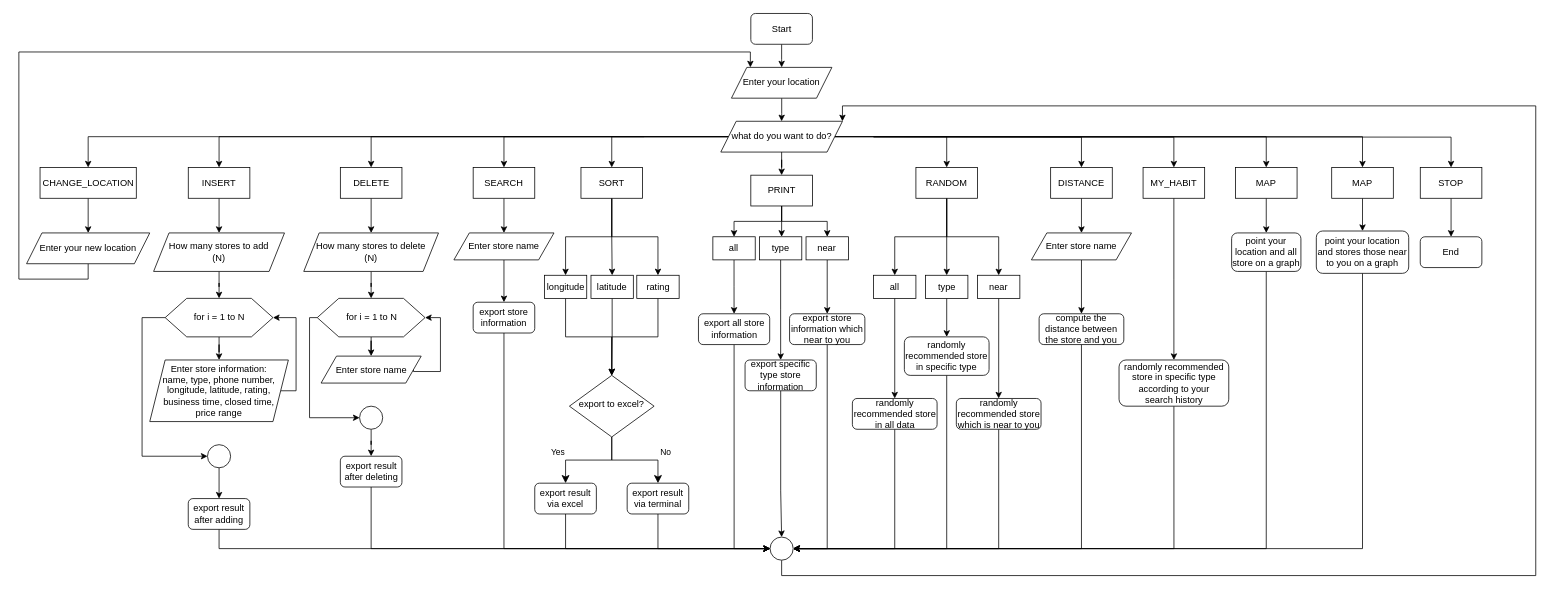
Earlier version of the draw.io diagram Untitled Diagram.drawio (TzuyenHuang/final_project-Structure_chart). Source tidied: cells renumbered, new cells numbered last; positions are measured from the earlier drawing's top-left corner, leaving out a move shared by most shapes. Both pictures are drawn from the tidied source at 77%, with x=0, y=0 at pixel (18, 13).
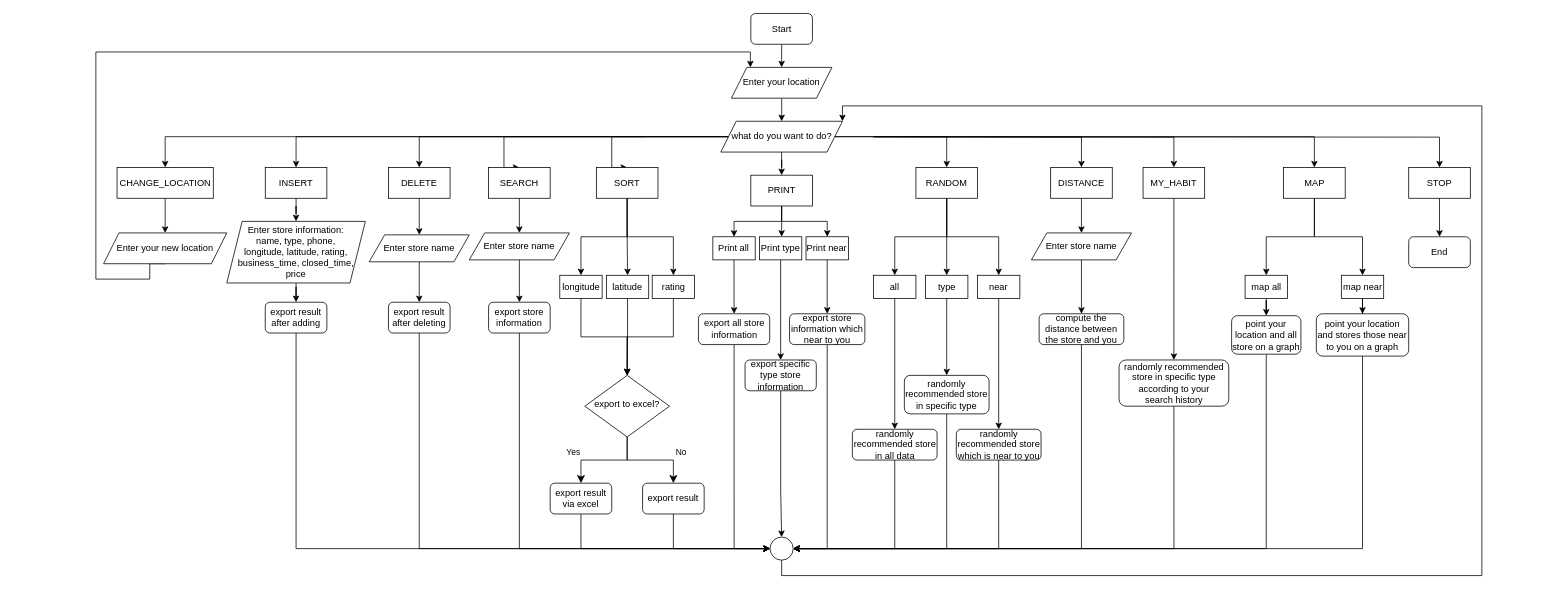
The same diagram, later.

Unchanged cells that the change refers to:
```xml
<mxCell id="16" value="what do you want to do?" style="shape=parallelogram;perimeter=parallelogramPerimeter;whiteSpace=wrap;html=1;fixedSize=1;rounded=0;" parent="1" vertex="1">
  <mxGeometry x="911.6" y="140" width="158" height="40" as="geometry" />
</mxCell>
<mxCell id="114" style="verticalLabelPosition=bottom;verticalAlign=top;html=1;shape=mxgraph.flowchart.on-page_reference;rounded=0;" parent="1" vertex="1">
  <mxGeometry x="975.6" y="680" width="30" height="30" as="geometry" />
</mxCell>
```

The edit, as a diff of the source:
```diff
@@
-    <mxCell id="14" style="edgeStyle=orthogonalEdgeStyle;rounded=0;jettySize=auto;html=1;entryX=0.5;entryY=0;entryDx=0;entryDy=0;" parent="1" edge="1" source="16" target="120">
-      <mxGeometry relative="1" as="geometry" />
-    </mxCell>
@@
     <mxCell id="19" value="export to excel?" style="rhombus;whiteSpace=wrap;html=1;shadow=0;fontFamily=Helvetica;fontSize=12;align=center;strokeWidth=1;spacing=6;spacingTop=-4;" parent="1" vertex="1">
-      <mxGeometry x="715" y="470" width="110" height="80" as="geometry" />
+      <mxGeometry x="735" y="470" width="110" height="80" as="geometry" />
     </mxCell>
@@
-    <mxCell id="21" value="export result via terminal" style="rounded=1;whiteSpace=wrap;html=1;fontSize=12;glass=0;strokeWidth=1;shadow=0;" parent="1" vertex="1">
-      <mxGeometry x="790" y="610" width="80" height="40" as="geometry" />
+    <mxCell id="21" value="export result" style="rounded=1;whiteSpace=wrap;html=1;fontSize=12;glass=0;strokeWidth=1;shadow=0;" parent="1" vertex="1">
+      <mxGeometry x="810" y="610" width="80" height="40" as="geometry" />
     </mxCell>
@@
-    <mxCell id="27" style="edgeStyle=orthogonalEdgeStyle;rounded=0;jettySize=auto;html=1;endArrow=classic;endFill=1;" parent="1" edge="1" source="28" target="68">
-      <mxGeometry relative="1" as="geometry" />
-    </mxCell>
+    <mxCell id="127" style="edgeStyle=orthogonalEdgeStyle;rounded=0;jettySize=auto;html=1;entryX=0.5;entryY=0;entryDx=0;entryDy=0;" parent="1" edge="1" source="28" target="70">
+      <mxGeometry relative="1" as="geometry" />
+    </mxCell>
     <mxCell id="28" value="INSERT" style="rounded=0;whiteSpace=wrap;html=1;fontSize=12;glass=0;strokeWidth=1;shadow=0;" parent="1" vertex="1">
-      <mxGeometry x="220" y="200" width="80" height="40" as="geometry" />
+      <mxGeometry x="320" y="200" width="80" height="40" as="geometry" />
     </mxCell>
@@
     <mxCell id="32" value="SORT" style="rounded=0;whiteSpace=wrap;html=1;fontSize=12;glass=0;strokeWidth=1;shadow=0;" parent="1" vertex="1">
-      <mxGeometry x="730" y="200" width="80" height="40" as="geometry" />
+      <mxGeometry x="750" y="200" width="80" height="40" as="geometry" />
     </mxCell>
-    <mxCell id="33" style="edgeStyle=orthogonalEdgeStyle;rounded=0;jettySize=auto;html=1;endArrow=classic;endFill=1;" parent="1" edge="1" source="34" target="79">
-      <mxGeometry relative="1" as="geometry" />
-    </mxCell>
+    <mxCell id="128" style="edgeStyle=orthogonalEdgeStyle;rounded=0;jettySize=auto;html=1;entryX=0.5;entryY=0;entryDx=0;entryDy=0;" parent="1" edge="1" source="34" target="81">
+      <mxGeometry relative="1" as="geometry" />
+    </mxCell>
     <mxCell id="34" value="DELETE" style="rounded=0;whiteSpace=wrap;html=1;fontSize=12;glass=0;strokeWidth=1;shadow=0;" parent="1" vertex="1">
-      <mxGeometry x="417.5" y="200" width="80" height="40" as="geometry" />
+      <mxGeometry x="480" y="200" width="80" height="40" as="geometry" />
     </mxCell>
@@
     <mxCell id="36" value="SEARCH" style="rounded=0;whiteSpace=wrap;html=1;fontSize=12;glass=0;strokeWidth=1;shadow=0;" parent="1" vertex="1">
-      <mxGeometry x="590" y="200" width="80" height="40" as="geometry" />
+      <mxGeometry x="610" y="200" width="80" height="40" as="geometry" />
     </mxCell>
@@
     <mxCell id="42" value="STOP" style="rounded=0;whiteSpace=wrap;html=1;fontSize=12;glass=0;strokeWidth=1;shadow=0;" parent="1" vertex="1">
-      <mxGeometry x="1820" y="200" width="80" height="40" as="geometry" />
+      <mxGeometry x="1805" y="200" width="80" height="40" as="geometry" />
     </mxCell>
@@
     <mxCell id="48" value="export result via excel" style="rounded=1;whiteSpace=wrap;html=1;fontSize=12;glass=0;strokeWidth=1;shadow=0;" parent="1" vertex="1">
-      <mxGeometry x="670" y="610" width="80" height="40" as="geometry" />
+      <mxGeometry x="690" y="610" width="80" height="40" as="geometry" />
     </mxCell>
@@
     <mxCell id="50" value="longitude" style="rounded=0;whiteSpace=wrap;html=1;fontSize=12;glass=0;strokeWidth=1;shadow=0;" parent="1" vertex="1">
-      <mxGeometry x="682.5" y="340" width="55" height="30" as="geometry" />
+      <mxGeometry x="702.5" y="340" width="55" height="30" as="geometry" />
     </mxCell>
     <mxCell id="51" value="latitude" style="rounded=0;whiteSpace=wrap;html=1;fontSize=12;glass=0;strokeWidth=1;shadow=0;" parent="1" vertex="1">
-      <mxGeometry x="743" y="340" width="55" height="30" as="geometry" />
+      <mxGeometry x="763" y="340" width="55" height="30" as="geometry" />
     </mxCell>
@@
     <mxCell id="53" value="rating" style="rounded=0;whiteSpace=wrap;html=1;fontSize=12;glass=0;strokeWidth=1;shadow=0;" parent="1" vertex="1">
-      <mxGeometry x="802.5" y="340" width="55" height="30" as="geometry" />
+      <mxGeometry x="822.5" y="340" width="55" height="30" as="geometry" />
     </mxCell>
@@
-    <mxCell id="55" value="all" style="rounded=0;whiteSpace=wrap;html=1;fontSize=12;glass=0;strokeWidth=1;shadow=0;" parent="1" vertex="1">
+    <mxCell id="55" value="Print all" style="rounded=0;whiteSpace=wrap;html=1;fontSize=12;glass=0;strokeWidth=1;shadow=0;" parent="1" vertex="1">
       <mxGeometry x="901.3" y="290" width="55" height="30" as="geometry" />
     </mxCell>
@@
-    <mxCell id="57" value="type" style="rounded=0;whiteSpace=wrap;html=1;fontSize=12;glass=0;strokeWidth=1;shadow=0;" parent="1" vertex="1">
+    <mxCell id="57" value="Print type" style="rounded=0;whiteSpace=wrap;html=1;fontSize=12;glass=0;strokeWidth=1;shadow=0;" parent="1" vertex="1">
       <mxGeometry x="961.8" y="290" width="55" height="30" as="geometry" />
     </mxCell>
@@
-    <mxCell id="59" value="near" style="rounded=0;whiteSpace=wrap;html=1;fontSize=12;glass=0;strokeWidth=1;shadow=0;" parent="1" vertex="1">
+    <mxCell id="59" value="Print near" style="rounded=0;whiteSpace=wrap;html=1;fontSize=12;glass=0;strokeWidth=1;shadow=0;" parent="1" vertex="1">
       <mxGeometry x="1022.3" y="290" width="55" height="30" as="geometry" />
     </mxCell>
@@
     <mxCell id="66" value="End" style="rounded=1;whiteSpace=wrap;html=1;fontSize=12;glass=0;strokeWidth=1;shadow=0;" parent="1" vertex="1">
-      <mxGeometry x="1820" y="290" width="80" height="40" as="geometry" />
+      <mxGeometry x="1805" y="290" width="80" height="40" as="geometry" />
     </mxCell>
-    <mxCell id="67" style="edgeStyle=orthogonalEdgeStyle;rounded=0;jettySize=auto;html=1;endArrow=classic;endFill=1;" parent="1" edge="1" source="68" target="73">
-      <mxGeometry relative="1" as="geometry" />
-    </mxCell>
-    <mxCell id="68" value="How many stores to add&lt;br&gt;(N)" style="shape=parallelogram;perimeter=parallelogramPerimeter;whiteSpace=wrap;html=1;fixedSize=1;rounded=0;" parent="1" vertex="1">
-      <mxGeometry x="175" y="285" width="170" height="50" as="geometry" />
-    </mxCell>
-    <mxCell id="69" style="edgeStyle=orthogonalEdgeStyle;rounded=0;jettySize=auto;html=1;entryX=1;entryY=0.5;entryDx=0;entryDy=0;endArrow=classic;endFill=1;exitX=1;exitY=0.5;exitDx=0;exitDy=0;" parent="1" edge="1" source="70" target="73">
-      <mxGeometry relative="1" as="geometry">
-        <Array as="points">
-          <mxPoint x="360" y="490" />
-          <mxPoint x="360" y="395" />
-        </Array>
-      </mxGeometry>
-    </mxCell>
+    <mxCell id="129" style="edgeStyle=orthogonalEdgeStyle;rounded=0;jettySize=auto;html=1;entryX=0.5;entryY=0;entryDx=0;entryDy=0;" parent="1" edge="1" source="70" target="77">
+      <mxGeometry relative="1" as="geometry" />
+    </mxCell>
-    <mxCell id="70" value="Enter store information:&lt;br&gt;name, type, phone number, longitude, latitude, rating,&lt;br&gt;business time, closed time,&lt;br&gt;price range" style="shape=parallelogram;perimeter=parallelogramPerimeter;whiteSpace=wrap;html=1;fixedSize=1;rounded=0;" parent="1" vertex="1">
-      <mxGeometry x="170" y="450" width="180" height="80" as="geometry" />
+    <mxCell id="70" value="Enter store information:&lt;br&gt;name, type, phone, &lt;br&gt;longitude, latitude, rating,&lt;br&gt;business_time, closed_time,&lt;br&gt;price" style="shape=parallelogram;perimeter=parallelogramPerimeter;whiteSpace=wrap;html=1;fixedSize=1;rounded=0;" parent="1" vertex="1">
+      <mxGeometry x="270" y="270" width="180" height="80" as="geometry" />
     </mxCell>
-    <mxCell id="71" style="edgeStyle=orthogonalEdgeStyle;rounded=0;jettySize=auto;html=1;endArrow=classic;endFill=1;" parent="1" edge="1" source="73" target="70">
-      <mxGeometry relative="1" as="geometry" />
-    </mxCell>
-    <mxCell id="72" style="edgeStyle=orthogonalEdgeStyle;rounded=0;jettySize=auto;html=1;entryX=0;entryY=0.5;entryDx=0;entryDy=0;entryPerimeter=0;endArrow=classic;endFill=1;exitX=0;exitY=0.5;exitDx=0;exitDy=0;" parent="1" edge="1" source="73" target="75">
-      <mxGeometry relative="1" as="geometry">
-        <Array as="points">
-          <mxPoint x="160" y="395" />
-          <mxPoint x="160" y="575" />
-        </Array>
-      </mxGeometry>
-    </mxCell>
-    <mxCell id="73" value="for i = 1 to N" style="verticalLabelPosition=bottom;verticalAlign=top;html=1;shape=hexagon;perimeter=hexagonPerimeter2;arcSize=6;size=0.2;rounded=0;spacingTop=-40;" parent="1" vertex="1">
-      <mxGeometry x="190" y="370" width="140" height="50" as="geometry" />
-    </mxCell>
-    <mxCell id="74" style="edgeStyle=orthogonalEdgeStyle;rounded=0;jettySize=auto;html=1;endArrow=classic;endFill=1;" parent="1" edge="1" source="75" target="77">
-      <mxGeometry relative="1" as="geometry" />
-    </mxCell>
-    <mxCell id="75" style="verticalLabelPosition=bottom;verticalAlign=top;html=1;shape=mxgraph.flowchart.on-page_reference;rounded=0;" parent="1" vertex="1">
-      <mxGeometry x="245" y="560" width="30" height="30" as="geometry" />
-    </mxCell>
@@
     <mxCell id="77" value="export result after adding" style="rounded=1;whiteSpace=wrap;html=1;fontSize=12;glass=0;strokeWidth=1;shadow=0;" parent="1" vertex="1">
-      <mxGeometry x="220" y="630" width="80" height="40" as="geometry" />
+      <mxGeometry x="320" y="375" width="80" height="40" as="geometry" />
     </mxCell>
-    <mxCell id="78" style="edgeStyle=orthogonalEdgeStyle;rounded=0;jettySize=auto;html=1;endArrow=classic;endFill=1;" parent="1" edge="1" source="79" target="84">
-      <mxGeometry relative="1" as="geometry" />
-    </mxCell>
-    <mxCell id="79" value="How many stores to delete&lt;br&gt;(N)" style="shape=parallelogram;perimeter=parallelogramPerimeter;whiteSpace=wrap;html=1;fixedSize=1;rounded=0;" parent="1" vertex="1">
-      <mxGeometry x="370" y="285" width="175" height="50" as="geometry" />
-    </mxCell>
-    <mxCell id="80" style="edgeStyle=orthogonalEdgeStyle;rounded=0;jettySize=auto;html=1;entryX=1;entryY=0.5;entryDx=0;entryDy=0;endArrow=classic;endFill=1;exitX=1;exitY=0.5;exitDx=0;exitDy=0;" parent="1" edge="1" source="81" target="84">
-      <mxGeometry relative="1" as="geometry">
-        <Array as="points">
-          <mxPoint x="512.5" y="465" />
-          <mxPoint x="547.5" y="465" />
-          <mxPoint x="547.5" y="395" />
-        </Array>
-      </mxGeometry>
-    </mxCell>
+    <mxCell id="130" style="edgeStyle=orthogonalEdgeStyle;rounded=0;jettySize=auto;html=1;entryX=0.5;entryY=0;entryDx=0;entryDy=0;" parent="1" edge="1" source="81" target="88">
+      <mxGeometry relative="1" as="geometry" />
+    </mxCell>
     <mxCell id="81" value="Enter store name" style="shape=parallelogram;perimeter=parallelogramPerimeter;whiteSpace=wrap;html=1;fixedSize=1;rounded=0;" parent="1" vertex="1">
-      <mxGeometry x="392.5" y="445" width="130" height="35" as="geometry" />
+      <mxGeometry x="455" y="287.5" width="130" height="35" as="geometry" />
     </mxCell>
-    <mxCell id="82" style="edgeStyle=orthogonalEdgeStyle;rounded=0;jettySize=auto;html=1;endArrow=classic;endFill=1;" parent="1" edge="1" source="84" target="81">
-      <mxGeometry relative="1" as="geometry" />
-    </mxCell>
-    <mxCell id="83" style="edgeStyle=orthogonalEdgeStyle;rounded=0;jettySize=auto;html=1;entryX=0;entryY=0.5;entryDx=0;entryDy=0;entryPerimeter=0;endArrow=classic;endFill=1;exitX=0;exitY=0.5;exitDx=0;exitDy=0;" parent="1" edge="1" source="84" target="86">
-      <mxGeometry relative="1" as="geometry">
-        <Array as="points">
-          <mxPoint x="377.5" y="395" />
-          <mxPoint x="377.5" y="525" />
-        </Array>
-      </mxGeometry>
-    </mxCell>
-    <mxCell id="84" value="for i = 1 to N" style="verticalLabelPosition=bottom;verticalAlign=top;html=1;shape=hexagon;perimeter=hexagonPerimeter2;arcSize=6;size=0.2;rounded=0;spacingTop=-40;" parent="1" vertex="1">
-      <mxGeometry x="387.5" y="370" width="140" height="50" as="geometry" />
-    </mxCell>
-    <mxCell id="85" style="edgeStyle=orthogonalEdgeStyle;rounded=0;jettySize=auto;html=1;endArrow=classic;endFill=1;" parent="1" edge="1" source="86" target="88">
-      <mxGeometry relative="1" as="geometry" />
-    </mxCell>
-    <mxCell id="86" style="verticalLabelPosition=bottom;verticalAlign=top;html=1;shape=mxgraph.flowchart.on-page_reference;rounded=0;" parent="1" vertex="1">
-      <mxGeometry x="442.5" y="510" width="30" height="30" as="geometry" />
-    </mxCell>
@@
     <mxCell id="88" value="export result after deleting" style="rounded=1;whiteSpace=wrap;html=1;fontSize=12;glass=0;strokeWidth=1;shadow=0;" parent="1" vertex="1">
-      <mxGeometry x="417.5" y="575" width="80" height="40" as="geometry" />
+      <mxGeometry x="480" y="375" width="80" height="40" as="geometry" />
     </mxCell>
@@
     <mxCell id="90" value="Enter store name" style="shape=parallelogram;perimeter=parallelogramPerimeter;whiteSpace=wrap;html=1;fixedSize=1;rounded=0;" parent="1" vertex="1">
-      <mxGeometry x="565" y="285" width="130" height="35" as="geometry" />
+      <mxGeometry x="585" y="285" width="130" height="35" as="geometry" />
     </mxCell>
@@
     <mxCell id="92" value="export store information" style="rounded=1;whiteSpace=wrap;html=1;fontSize=12;glass=0;strokeWidth=1;shadow=0;" parent="1" vertex="1">
-      <mxGeometry x="590" y="375" width="80" height="40" as="geometry" />
+      <mxGeometry x="610" y="375" width="80" height="40" as="geometry" />
     </mxCell>
@@
     <mxCell id="102" value="randomly recommended store in all data" style="rounded=1;whiteSpace=wrap;html=1;fontSize=12;glass=0;strokeWidth=1;shadow=0;" parent="1" vertex="1">
-      <mxGeometry x="1082.5" y="500" width="110" height="40" as="geometry" />
+      <mxGeometry x="1082.5" y="540" width="110" height="40" as="geometry" />
     </mxCell>
@@
     <mxCell id="104" value="randomly recommended store in specific type" style="rounded=1;whiteSpace=wrap;html=1;fontSize=12;glass=0;strokeWidth=1;shadow=0;" parent="1" vertex="1">
-      <mxGeometry x="1150" y="420" width="110" height="50" as="geometry" />
+      <mxGeometry x="1150" y="470" width="110" height="50" as="geometry" />
     </mxCell>
@@
     <mxCell id="106" value="randomly recommended store which is near to you" style="rounded=1;whiteSpace=wrap;html=1;fontSize=12;glass=0;strokeWidth=1;shadow=0;" parent="1" vertex="1">
-      <mxGeometry x="1217.5" y="500" width="110" height="40" as="geometry" />
+      <mxGeometry x="1217.5" y="540" width="110" height="40" as="geometry" />
     </mxCell>
@@
     <mxCell id="113" style="edgeStyle=orthogonalEdgeStyle;rounded=0;jettySize=auto;html=1;entryX=1;entryY=0;entryDx=0;entryDy=0;endArrow=classic;endFill=1;exitX=0.5;exitY=1;exitDx=0;exitDy=0;exitPerimeter=0;" parent="1" edge="1" source="114" target="16">
       <mxGeometry relative="1" as="geometry">
         <Array as="points">
           <mxPoint x="991" y="730" />
-          <mxPoint x="1970" y="730" />
-          <mxPoint x="1970" y="120" />
+          <mxPoint x="1900" y="730" />
+          <mxPoint x="1900" y="120" />
           <mxPoint x="1070" y="120" />
         </Array>
       </mxGeometry>
     </mxCell>
@@
-    <mxCell id="115" style="edgeStyle=orthogonalEdgeStyle;rounded=0;jettySize=auto;html=1;entryX=0.5;entryY=0;entryDx=0;entryDy=0;endArrow=classic;endFill=1;" parent="1" edge="1" source="116" target="118">
-      <mxGeometry relative="1" as="geometry" />
-    </mxCell>
+    <mxCell id="131" style="edgeStyle=orthogonalEdgeStyle;rounded=0;jettySize=auto;html=1;entryX=0.5;entryY=0;entryDx=0;entryDy=0;" parent="1" edge="1" source="116" target="134">
+      <mxGeometry relative="1" as="geometry" />
+    </mxCell>
+    <mxCell id="132" style="edgeStyle=orthogonalEdgeStyle;rounded=0;jettySize=auto;html=1;entryX=0.5;entryY=0;entryDx=0;entryDy=0;exitX=0.5;exitY=1;exitDx=0;exitDy=0;" parent="1" edge="1" source="116" target="136">
+      <mxGeometry relative="1" as="geometry" />
+    </mxCell>
     <mxCell id="116" value="MAP" style="rounded=0;whiteSpace=wrap;html=1;fontSize=12;glass=0;strokeWidth=1;shadow=0;" parent="1" vertex="1">
-      <mxGeometry x="1580" y="200" width="80" height="40" as="geometry" />
+      <mxGeometry x="1642.5" y="200" width="80" height="40" as="geometry" />
     </mxCell>
@@
     <mxCell id="118" value="point your location and all store on a graph" style="rounded=1;whiteSpace=wrap;html=1;fontSize=12;glass=0;strokeWidth=1;shadow=0;" parent="1" vertex="1">
-      <mxGeometry x="1575" y="285" width="90" height="50" as="geometry" />
+      <mxGeometry x="1575" y="392.5" width="90" height="50" as="geometry" />
     </mxCell>
-    <mxCell id="119" style="edgeStyle=orthogonalEdgeStyle;rounded=0;jettySize=auto;html=1;entryX=0.5;entryY=0;entryDx=0;entryDy=0;endArrow=classic;endFill=1;" parent="1" edge="1" source="120" target="122">
-      <mxGeometry relative="1" as="geometry" />
-    </mxCell>
-    <mxCell id="120" value="MAP" style="rounded=0;whiteSpace=wrap;html=1;fontSize=12;glass=0;strokeWidth=1;shadow=0;" parent="1" vertex="1">
-      <mxGeometry x="1705" y="200" width="80" height="40" as="geometry" />
-    </mxCell>
@@
     <mxCell id="122" value="point your location and stores those near to you on a graph" style="rounded=1;whiteSpace=wrap;html=1;fontSize=12;glass=0;strokeWidth=1;shadow=0;" parent="1" vertex="1">
-      <mxGeometry x="1685" y="282.5" width="120" height="55" as="geometry" />
+      <mxGeometry x="1685" y="390" width="120" height="55" as="geometry" />
     </mxCell>
@@
     <mxCell id="124" value="CHANGE_LOCATION" style="rounded=0;whiteSpace=wrap;html=1;fontSize=12;glass=0;strokeWidth=1;shadow=0;" parent="1" vertex="1">
-      <mxGeometry x="27.5" y="200" width="125" height="40" as="geometry" />
+      <mxGeometry x="127.5" y="200" width="125" height="40" as="geometry" />
     </mxCell>
     <mxCell id="125" style="edgeStyle=orthogonalEdgeStyle;rounded=0;jettySize=auto;html=1;exitX=0.5;exitY=1;exitDx=0;exitDy=0;" parent="1" edge="1" source="126">
       <mxGeometry relative="1" as="geometry">
         <mxPoint x="950" y="70" as="targetPoint" />
         <Array as="points">
-          <mxPoint x="90" y="345" />
-          <mxPoint y="345" />
-          <mxPoint y="50" />
+          <mxPoint x="170" y="325" />
+          <mxPoint x="170" y="345" />
+          <mxPoint x="100" y="345" />
+          <mxPoint x="100" y="50" />
           <mxPoint x="950" y="50" />
         </Array>
       </mxGeometry>
     </mxCell>
     <mxCell id="126" value="Enter your new location" style="shape=parallelogram;perimeter=parallelogramPerimeter;whiteSpace=wrap;html=1;fixedSize=1;rounded=0;" parent="1" vertex="1">
-      <mxGeometry x="10" y="285" width="160" height="40" as="geometry" />
+      <mxGeometry x="110" y="285" width="160" height="40" as="geometry" />
     </mxCell>
+    <mxCell id="133" style="edgeStyle=orthogonalEdgeStyle;rounded=0;jettySize=auto;html=1;entryX=0.5;entryY=0;entryDx=0;entryDy=0;" parent="1" edge="1" source="134" target="118">
+      <mxGeometry relative="1" as="geometry" />
+    </mxCell>
+    <mxCell id="134" value="map all" style="rounded=0;whiteSpace=wrap;html=1;fontSize=12;glass=0;strokeWidth=1;shadow=0;" parent="1" vertex="1">
+      <mxGeometry x="1592.5" y="340" width="55" height="30" as="geometry" />
+    </mxCell>
+    <mxCell id="135" style="edgeStyle=orthogonalEdgeStyle;rounded=0;jettySize=auto;html=1;entryX=0.5;entryY=0;entryDx=0;entryDy=0;" parent="1" edge="1" source="136" target="122">
+      <mxGeometry relative="1" as="geometry" />
+    </mxCell>
+    <mxCell id="136" value="map near" style="rounded=0;whiteSpace=wrap;html=1;fontSize=12;glass=0;strokeWidth=1;shadow=0;" parent="1" vertex="1">
+      <mxGeometry x="1717.5" y="340" width="55" height="30" as="geometry" />
+    </mxCell>
```
